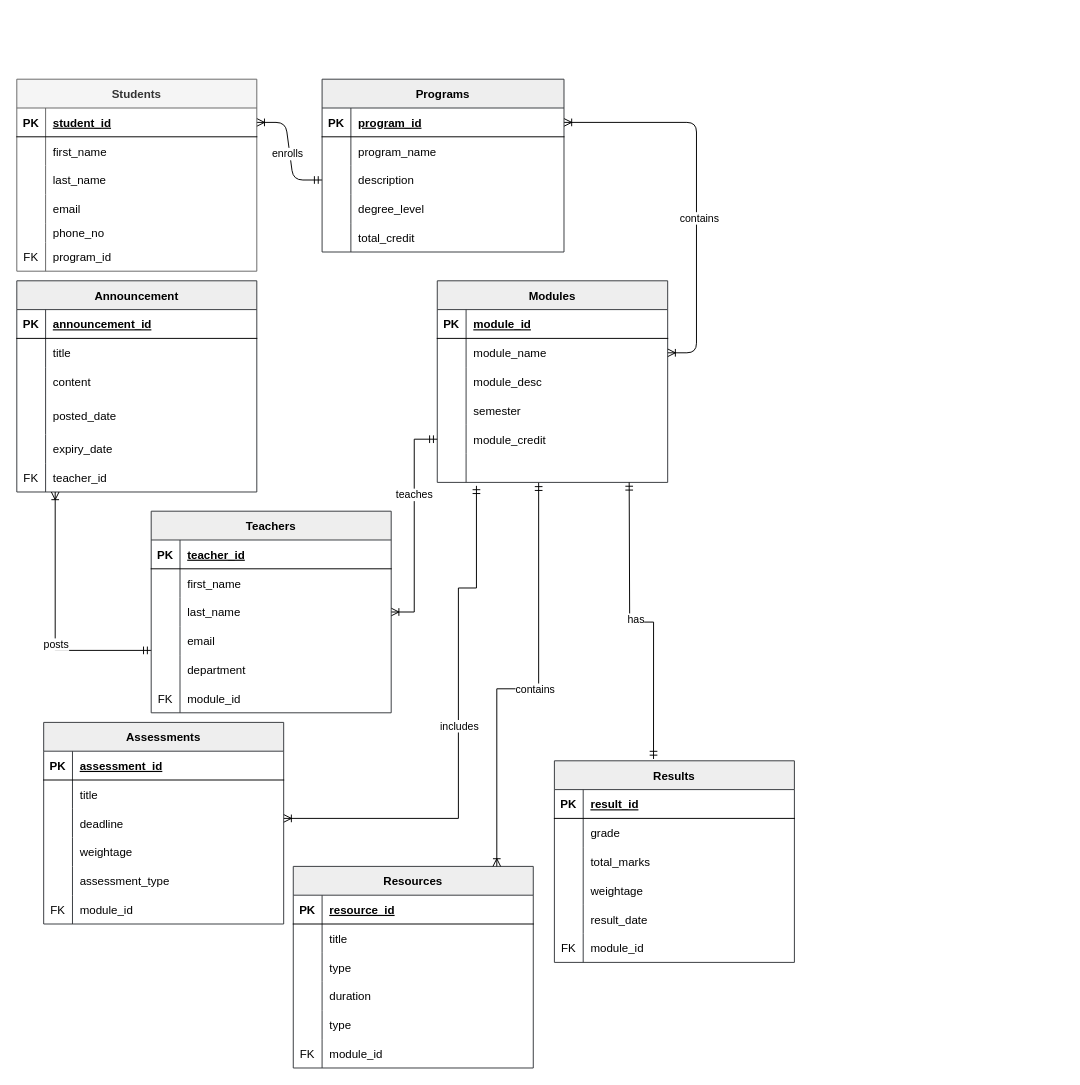
Earlier version of the draw.io diagram Database.drawio (pawal-karki/DRAW.IO). Source tidied: cells renumbered, new cells numbered last; positions are measured from the earlier drawing's top-left corner, leaving out a move shared by most shapes. Both pictures are drawn from the tidied source at 96%, with x=0, y=0 at pixel (16, 79).
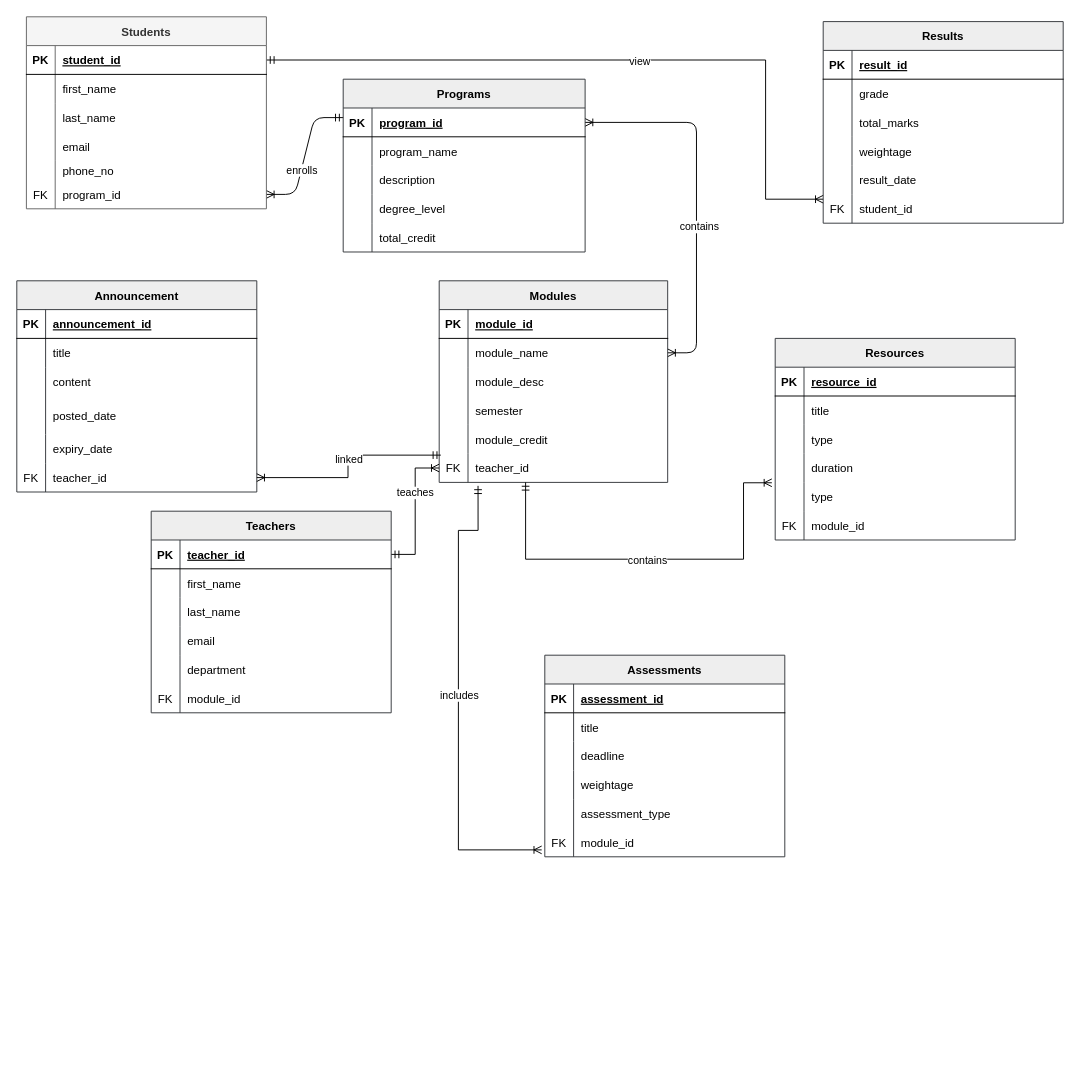
The same diagram, later.

The change refers to these unchanged cells:
```xml
<mxCell id="13" style="shape=partialRectangle;fillColor=none;points=[[0,0.5],[1,0.5]];portConstraint=eastwest;top=0;left=0;right=0;bottom=0;" parent="6" vertex="1">
  <mxGeometry y="90" width="252" height="30" as="geometry" />
</mxCell>
<mxCell id="42" style="shape=partialRectangle;fillColor=none;points=[[0,0.5],[1,0.5]];portConstraint=eastwest;top=0;left=0;right=0;bottom=1;" parent="41" vertex="1">
  <mxGeometry y="30" width="250" height="30" as="geometry" />
</mxCell>
<mxCell id="57" style="shape=partialRectangle;fillColor=none;points=[[0,0.5],[1,0.5]];portConstraint=eastwest;top=0;left=0;right=0;bottom=0;" parent="41" vertex="1">
  <mxGeometry y="170" width="250" height="30" as="geometry" />
</mxCell>
<mxCell id="76" style="shape=partialRectangle;fillColor=none;points=[[0,0.5],[1,0.5]];portConstraint=eastwest;top=0;left=0;right=0;bottom=0;" parent="60" vertex="1">
  <mxGeometry y="190" width="250" height="30" as="geometry" />
</mxCell>
<mxCell id="83" value="Teachers" style="shape=table;startSize=30;childLayout=tableLayout;rowLines=0;fontStyle=1;align=center;fillColor=#eeeeee;strokeColor=#36393d;" parent="1" vertex="1">
  <mxGeometry x="140" y="450" width="250" height="210" as="geometry" />
</mxCell>
<mxCell id="84" style="shape=partialRectangle;fillColor=none;points=[[0,0.5],[1,0.5]];portConstraint=eastwest;top=0;left=0;right=0;bottom=1;" parent="83" vertex="1">
  <mxGeometry y="30" width="250" height="30" as="geometry" />
</mxCell>
<mxCell id="120" style="shape=partialRectangle;fillColor=none;points=[[0,0.5],[1,0.5]];portConstraint=eastwest;top=0;left=0;right=0;bottom=0;" parent="104" vertex="1">
  <mxGeometry y="180" width="250" height="30" as="geometry" />
</mxCell>
<mxCell id="136" style="shape=partialRectangle;fillColor=none;points=[[0,0.5],[1,0.5]];portConstraint=eastwest;top=0;left=0;right=0;bottom=0;" parent="123" vertex="1">
  <mxGeometry y="150" width="250" height="30" as="geometry" />
</mxCell>
<mxCell id="146" style="shape=partialRectangle;fillColor=none;top=0;left=0;right=0;bottom=0;" parent="142" vertex="1">
  <mxGeometry y="60" width="250" height="30" as="geometry" />
</mxCell>
<mxCell id="149" style="shape=partialRectangle;fillColor=none;top=0;left=0;right=0;bottom=0;" parent="142" vertex="1">
  <mxGeometry y="90" width="250" height="30" as="geometry" />
</mxCell>
<mxCell id="152" style="shape=partialRectangle;fillColor=none;top=0;left=0;right=0;bottom=0;" parent="142" vertex="1">
  <mxGeometry y="120" width="250" height="30" as="geometry" />
</mxCell>
<mxCell id="155" style="shape=partialRectangle;fillColor=none;top=0;left=0;right=0;bottom=0;" parent="142" vertex="1">
  <mxGeometry y="150" width="250" height="30" as="geometry" />
</mxCell>
<mxCell id="158" style="shape=partialRectangle;fillColor=none;points=[[0,0.5],[1,0.5]];portConstraint=eastwest;top=0;left=0;right=0;bottom=0;" parent="142" vertex="1">
  <mxGeometry y="180" width="250" height="30" as="geometry" />
</mxCell>
```

Change to the diagram source:
```diff
@@
-    <mxCell id="2" style="edgeStyle=entityRelationEdgeStyle;endArrow=ERmandOne;startArrow=ERoneToMany;endFill=0;startFill=0;" parent="1" edge="1" source="42" target="13">
+    <mxCell id="2" style="edgeStyle=entityRelationEdgeStyle;endArrow=ERmandOne;startArrow=ERoneToMany;endFill=0;startFill=0;" parent="1" edge="1" source="57">
       <mxGeometry relative="1" as="geometry">
+        <mxPoint x="340" y="40" as="targetPoint" />
         <Array as="points">
-          <mxPoint x="448" y="110" />
-          <mxPoint x="438" y="110" />
+          <mxPoint x="478" y="255" />
+          <mxPoint x="468" y="255" />
         </Array>
       </mxGeometry>
     </mxCell>
@@
     <mxCell id="6" value="Programs" style="shape=table;startSize=30;childLayout=tableLayout;rowLines=0;fontStyle=1;align=center;fillColor=#eeeeee;strokeColor=#36393d;" parent="1" vertex="1">
-      <mxGeometry x="318" width="252" height="180" as="geometry" />
+      <mxGeometry x="340" width="252" height="180" as="geometry" />
     </mxCell>
@@
     <mxCell id="22" value="Modules" style="shape=table;startSize=30;childLayout=tableLayout;rowLines=0;fontStyle=1;align=center;fillColor=#eeeeee;strokeColor=#36393d;" parent="1" vertex="1">
-      <mxGeometry x="438" y="210" width="240" height="210" as="geometry" />
+      <mxGeometry x="440" y="210" width="238" height="210" as="geometry" />
     </mxCell>
     <mxCell id="23" style="shape=partialRectangle;fillColor=none;top=0;left=0;right=0;bottom=1;" parent="22" vertex="1">
-      <mxGeometry y="30" width="240" height="30" as="geometry" />
+      <mxGeometry y="30" width="238" height="30" as="geometry" />
     </mxCell>
@@
     <mxCell id="25" value="module_id" style="shape=partialRectangle;overflow=hidden;fillColor=none;top=0;left=0;bottom=0;right=0;align=left;spacingLeft=6;fontStyle=5;" parent="23" vertex="1">
-      <mxGeometry x="30" width="210" height="30" as="geometry" />
+      <mxGeometry x="30" width="208" height="30" as="geometry" />
     </mxCell>
     <mxCell id="26" style="shape=partialRectangle;fillColor=none;points=[[0,0.5],[1,0.5]];portConstraint=eastwest;top=0;left=0;right=0;bottom=0;" parent="22" vertex="1">
-      <mxGeometry y="60" width="240" height="30" as="geometry" />
+      <mxGeometry y="60" width="238" height="30" as="geometry" />
     </mxCell>
@@
     <mxCell id="28" value="module_name" style="shape=partialRectangle;overflow=hidden;fillColor=none;top=0;left=0;bottom=0;right=0;align=left;spacingLeft=6;" parent="26" vertex="1">
-      <mxGeometry x="30" width="210" height="30" as="geometry" />
+      <mxGeometry x="30" width="208" height="30" as="geometry" />
     </mxCell>
     <mxCell id="29" style="shape=partialRectangle;fillColor=none;top=0;left=0;right=0;bottom=0;" parent="22" vertex="1">
-      <mxGeometry y="90" width="240" height="30" as="geometry" />
+      <mxGeometry y="90" width="238" height="30" as="geometry" />
     </mxCell>
@@
     <mxCell id="31" value="module_desc" style="shape=partialRectangle;overflow=hidden;fillColor=none;top=0;left=0;bottom=0;right=0;align=left;spacingLeft=6;" parent="29" vertex="1">
-      <mxGeometry x="30" width="210" height="30" as="geometry" />
+      <mxGeometry x="30" width="208" height="30" as="geometry" />
     </mxCell>
     <mxCell id="32" style="shape=partialRectangle;fillColor=none;top=0;left=0;right=0;bottom=0;" parent="22" vertex="1">
-      <mxGeometry y="120" width="240" height="30" as="geometry" />
+      <mxGeometry y="120" width="238" height="30" as="geometry" />
     </mxCell>
@@
     <mxCell id="34" value="semester" style="shape=partialRectangle;overflow=hidden;fillColor=none;top=0;left=0;bottom=0;right=0;align=left;spacingLeft=6;" parent="32" vertex="1">
-      <mxGeometry x="30" width="210" height="30" as="geometry" />
+      <mxGeometry x="30" width="208" height="30" as="geometry" />
     </mxCell>
     <mxCell id="35" style="shape=partialRectangle;fillColor=none;points=[[0,0.5],[1,0.5]];portConstraint=eastwest;top=0;left=0;right=0;bottom=0;" parent="22" vertex="1">
-      <mxGeometry y="150" width="240" height="30" as="geometry" />
+      <mxGeometry y="150" width="238" height="30" as="geometry" />
     </mxCell>
@@
     <mxCell id="37" value="module_credit" style="shape=partialRectangle;overflow=hidden;fillColor=none;top=0;left=0;bottom=0;right=0;align=left;spacingLeft=6;" parent="35" vertex="1">
-      <mxGeometry x="30" width="210" height="30" as="geometry" />
+      <mxGeometry x="30" width="208" height="30" as="geometry" />
     </mxCell>
     <mxCell id="38" style="shape=partialRectangle;fillColor=none;points=[[0,0.5],[1,0.5]];portConstraint=eastwest;top=0;left=0;right=0;bottom=0;" parent="22" vertex="1">
-      <mxGeometry y="180" width="240" height="30" as="geometry" />
+      <mxGeometry y="180" width="238" height="30" as="geometry" />
     </mxCell>
-    <mxCell id="39" style="shape=partialRectangle;overflow=hidden;fillColor=none;top=0;left=0;bottom=0;right=0;" parent="38" vertex="1">
+    <mxCell id="39" value="FK" style="shape=partialRectangle;overflow=hidden;fillColor=none;top=0;left=0;bottom=0;right=0;" parent="38" vertex="1">
       <mxGeometry width="30" height="30" as="geometry" />
     </mxCell>
-    <mxCell id="40" style="shape=partialRectangle;overflow=hidden;fillColor=none;top=0;left=0;bottom=0;right=0;align=left;spacingLeft=6;" parent="38" vertex="1">
-      <mxGeometry x="30" width="210" height="30" as="geometry" />
+    <mxCell id="40" value="teacher_id" style="shape=partialRectangle;overflow=hidden;fillColor=none;top=0;left=0;bottom=0;right=0;align=left;spacingLeft=6;" parent="38" vertex="1">
+      <mxGeometry x="30" width="208" height="30" as="geometry" />
     </mxCell>
+    <mxCell id="165" style="edgeStyle=orthogonalEdgeStyle;rounded=0;jettySize=auto;html=1;exitX=1;exitY=0.5;exitDx=0;exitDy=0;endArrow=ERoneToMany;endFill=0;startArrow=ERmandOne;startFill=0;" parent="1" edge="1" source="42" target="158">
+      <mxGeometry relative="1" as="geometry">
+        <Array as="points">
+          <mxPoint x="780" y="-20" />
+          <mxPoint x="780" y="125" />
+        </Array>
+      </mxGeometry>
+    </mxCell>
+    <mxCell id="166" value="view" style="edgeLabel;html=1;align=center;verticalAlign=middle;" parent="165" vertex="1">
+      <mxGeometry x="0.07" y="-1" relative="1" as="geometry" />
+    </mxCell>
     <mxCell id="41" value="Students" style="shape=table;startSize=30;childLayout=tableLayout;rowLines=0;fontStyle=1;align=center;fillColor=#f5f5f5;fontColor=#333333;strokeColor=#666666;" parent="1" vertex="1">
-      <mxGeometry width="250" height="200" as="geometry" />
+      <mxGeometry x="10" y="-65" width="250" height="200" as="geometry" />
     </mxCell>
@@
-    <mxCell id="79" style="edgeStyle=orthogonalEdgeStyle;rounded=0;orthogonalLoop=1;jettySize=auto;html=1;startArrow=ERmandOne;startFill=0;endArrow=ERoneToMany;endFill=0;" parent="1" edge="1">
-      <mxGeometry relative="1" as="geometry">
-        <mxPoint x="140" y="595" as="sourcePoint" />
-        <mxPoint x="40" y="430" as="targetPoint" />
-        <Array as="points">
-          <mxPoint x="40" y="595" />
-        </Array>
-      </mxGeometry>
-    </mxCell>
-    <mxCell id="80" value="posts" style="edgeLabel;html=1;align=center;verticalAlign=middle;" parent="79" vertex="1">
-      <mxGeometry x="-0.19" relative="1" as="geometry" />
-    </mxCell>
-    <mxCell id="81" style="edgeStyle=orthogonalEdgeStyle;rounded=0;jettySize=auto;html=1;entryX=1;entryY=0.5;entryDx=0;entryDy=0;startArrow=ERmandOne;startFill=0;endArrow=ERoneToMany;endFill=0;exitX=0;exitY=0.5;exitDx=0;exitDy=0;" parent="1" edge="1" source="35" target="83">
+    <mxCell id="81" style="edgeStyle=orthogonalEdgeStyle;rounded=0;jettySize=auto;html=1;entryX=1;entryY=0.5;entryDx=0;entryDy=0;startArrow=ERoneToMany;startFill=0;endArrow=ERmandOne;endFill=0;exitX=0;exitY=0.5;exitDx=0;exitDy=0;" parent="1" edge="1" source="38" target="84">
       <mxGeometry relative="1" as="geometry" />
     </mxCell>
@@
-    <mxCell id="102" style="edgeStyle=orthogonalEdgeStyle;rounded=0;jettySize=auto;html=1;endArrow=ERmandOne;endFill=0;entryX=0.17;entryY=1.12;entryDx=0;entryDy=0;entryPerimeter=0;startArrow=ERoneToMany;startFill=0;" parent="1" edge="1" target="38">
+    <mxCell id="102" style="edgeStyle=orthogonalEdgeStyle;rounded=0;jettySize=auto;html=1;endArrow=ERmandOne;endFill=0;entryX=0.17;entryY=1.12;entryDx=0;entryDy=0;entryPerimeter=0;startArrow=ERoneToMany;startFill=0;exitX=-0.013;exitY=0.76;exitDx=0;exitDy=0;exitPerimeter=0;" parent="1" edge="1" source="120" target="38">
       <mxGeometry relative="1" as="geometry">
-        <mxPoint x="278" y="770" as="sourcePoint" />
         <Array as="points">
-          <mxPoint x="460" y="770" />
-          <mxPoint x="460" y="530" />
-          <mxPoint x="479" y="530" />
+          <mxPoint x="460" y="803" />
+          <mxPoint x="460" y="470" />
+          <mxPoint x="481" y="470" />
         </Array>
       </mxGeometry>
     </mxCell>
@@
     <mxCell id="104" value="Assessments" style="shape=table;startSize=30;childLayout=tableLayout;rowLines=0;fontStyle=1;align=center;fillColor=#eeeeee;strokeColor=#36393d;" parent="1" vertex="1">
-      <mxGeometry x="28" y="670" width="250" height="210" as="geometry" />
+      <mxGeometry x="550" y="600" width="250" height="210" as="geometry" />
     </mxCell>
@@
     <mxCell id="123" value="Resources" style="shape=table;startSize=30;childLayout=tableLayout;rowLines=0;fontStyle=1;align=center;fillColor=#eeeeee;strokeColor=#36393d;" parent="1" vertex="1">
-      <mxGeometry x="288" y="820" width="250" height="210" as="geometry" />
+      <mxGeometry x="790" y="270" width="250" height="210" as="geometry" />
     </mxCell>
@@
+    <mxCell id="163" style="edgeStyle=orthogonalEdgeStyle;rounded=0;jettySize=auto;html=1;entryX=0.44;entryY=1.013;entryDx=0;entryDy=0;entryPerimeter=0;endArrow=ERmandOne;endFill=0;startArrow=ERoneToMany;startFill=0;exitX=-0.014;exitY=0.013;exitDx=0;exitDy=0;exitPerimeter=0;" parent="1" edge="1" source="136">
+      <mxGeometry relative="1" as="geometry">
+        <mxPoint x="530" y="420" as="targetPoint" />
+        <Array as="points">
+          <mxPoint x="757" y="500" />
+          <mxPoint x="530" y="500" />
+        </Array>
+      </mxGeometry>
+    </mxCell>
+    <mxCell id="164" value="contains" style="edgeLabel;html=1;align=center;verticalAlign=middle;" parent="163" vertex="1">
+      <mxGeometry x="0.01" relative="1" as="geometry" />
+    </mxCell>
+    <mxCell id="167" style="edgeStyle=orthogonalEdgeStyle;rounded=0;jettySize=auto;html=1;entryX=0.007;entryY=0.053;entryDx=0;entryDy=0;endArrow=ERmandOne;endFill=0;startArrow=ERoneToMany;startFill=0;exitX=1;exitY=0.5;exitDx=0;exitDy=0;entryPerimeter=0;" parent="1" edge="1" source="76" target="38">
+      <mxGeometry relative="1" as="geometry" />
+    </mxCell>
+    <mxCell id="168" value="linked" style="edgeLabel;html=1;align=center;verticalAlign=middle;" parent="167" vertex="1">
+      <mxGeometry x="0.07" relative="1" as="geometry" />
+    </mxCell>
     <mxCell id="142" value="Results" style="shape=table;startSize=30;childLayout=tableLayout;rowLines=0;fontStyle=1;align=center;fillColor=#eeeeee;strokeColor=#36393d;" parent="1" vertex="1">
-      <mxGeometry x="560" y="710" width="250" height="210" as="geometry" />
+      <mxGeometry x="840" y="-60" width="250" height="210" as="geometry" />
     </mxCell>
@@
-    <mxCell id="147" style="shape=partialRectangle;overflow=hidden;fillColor=none;top=0;left=0;bottom=0;right=0;" parent="146" vertex="1">
-      <mxGeometry width="30" height="30" as="geometry" />
-    </mxCell>
+    <mxCell id="169" style="shape=partialRectangle;overflow=hidden;fillColor=none;top=0;left=0;bottom=0;right=0;" parent="146" vertex="1">
+      <mxGeometry width="30" height="30" as="geometry" />
+    </mxCell>
@@
-    <mxCell id="150" style="shape=partialRectangle;overflow=hidden;fillColor=none;top=0;left=0;bottom=0;right=0;" parent="149" vertex="1">
-      <mxGeometry width="30" height="30" as="geometry" />
-    </mxCell>
+    <mxCell id="170" style="shape=partialRectangle;overflow=hidden;fillColor=none;top=0;left=0;bottom=0;right=0;" parent="149" vertex="1">
+      <mxGeometry width="30" height="30" as="geometry" />
+    </mxCell>
@@
-    <mxCell id="153" style="shape=partialRectangle;overflow=hidden;fillColor=none;top=0;left=0;bottom=0;right=0;" parent="152" vertex="1">
-      <mxGeometry width="30" height="30" as="geometry" />
-    </mxCell>
+    <mxCell id="171" style="shape=partialRectangle;overflow=hidden;fillColor=none;top=0;left=0;bottom=0;right=0;" parent="152" vertex="1">
+      <mxGeometry width="30" height="30" as="geometry" />
+    </mxCell>
@@
-    <mxCell id="156" style="shape=partialRectangle;overflow=hidden;fillColor=none;top=0;left=0;bottom=0;right=0;" parent="155" vertex="1">
-      <mxGeometry width="30" height="30" as="geometry" />
-    </mxCell>
+    <mxCell id="172" style="shape=partialRectangle;overflow=hidden;fillColor=none;top=0;left=0;bottom=0;right=0;" parent="155" vertex="1">
+      <mxGeometry width="30" height="30" as="geometry" />
+    </mxCell>
@@
-    <mxCell id="160" value="module_id" style="shape=partialRectangle;overflow=hidden;fillColor=none;top=0;left=0;bottom=0;right=0;align=left;spacingLeft=6;" parent="158" vertex="1">
-      <mxGeometry x="30" width="220" height="30" as="geometry" />
-    </mxCell>
-    <mxCell id="161" style="edgeStyle=orthogonalEdgeStyle;rounded=0;jettySize=auto;html=1;entryX=0.833;entryY=1;entryDx=0;entryDy=0;entryPerimeter=0;startArrow=ERmandOne;startFill=0;endArrow=ERmandOne;endFill=0;exitX=0.413;exitY=-0.009;exitDx=0;exitDy=0;exitPerimeter=0;" parent="1" edge="1" source="142">
-      <mxGeometry relative="1" as="geometry">
-        <mxPoint x="637.9" y="420" as="targetPoint" />
-      </mxGeometry>
-    </mxCell>
-    <mxCell id="162" value="has" style="edgeLabel;html=1;align=center;verticalAlign=middle;" parent="161" vertex="1">
-      <mxGeometry x="0.03" y="-3" relative="1" as="geometry" />
-    </mxCell>
-    <mxCell id="163" style="edgeStyle=orthogonalEdgeStyle;rounded=0;jettySize=auto;html=1;entryX=0.44;entryY=1.013;entryDx=0;entryDy=0;entryPerimeter=0;endArrow=ERmandOne;endFill=0;startArrow=ERoneToMany;startFill=0;" parent="1" edge="1" source="123" target="38">
-      <mxGeometry relative="1" as="geometry">
-        <Array as="points">
-          <mxPoint x="500" y="635" />
-          <mxPoint x="544" y="635" />
-        </Array>
-      </mxGeometry>
-    </mxCell>
-    <mxCell id="164" value="contains" style="edgeLabel;html=1;align=center;verticalAlign=middle;" parent="163" vertex="1">
-      <mxGeometry x="0.01" relative="1" as="geometry" />
-    </mxCell>
+    <mxCell id="173" value="student_id" style="shape=partialRectangle;overflow=hidden;fillColor=none;top=0;left=0;bottom=0;right=0;align=left;spacingLeft=6;" parent="158" vertex="1">
+      <mxGeometry x="30" width="220" height="30" as="geometry" />
+    </mxCell>
```
